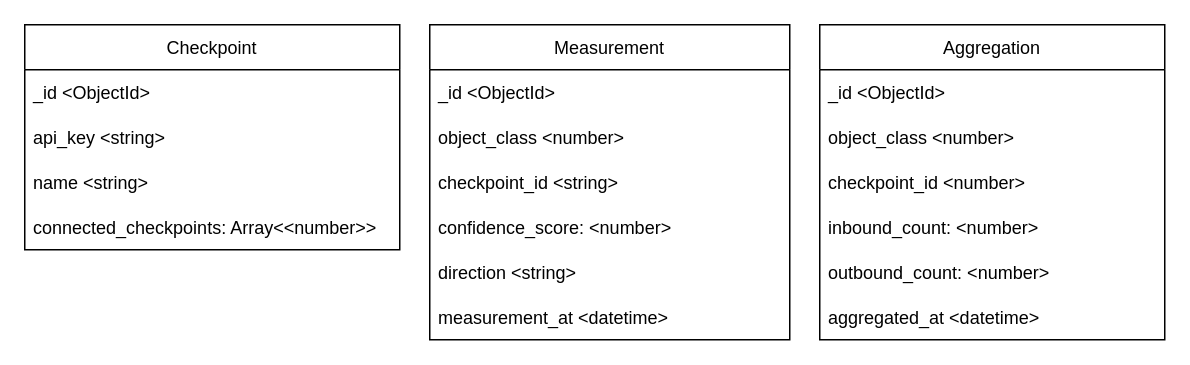
Before: page "Data Schema" (6 of 9) of Documentation/infrastructure.drawio in jimmylevell/crowd-overview, a draw.io diagram. Source tidied: cells renumbered, new cells numbered last; positions are measured from the earlier drawing's top-left corner, leaving out a move shared by most shapes. Both pictures are drawn from the tidied source at 150%, with x=0, y=0 at pixel (24, 24).
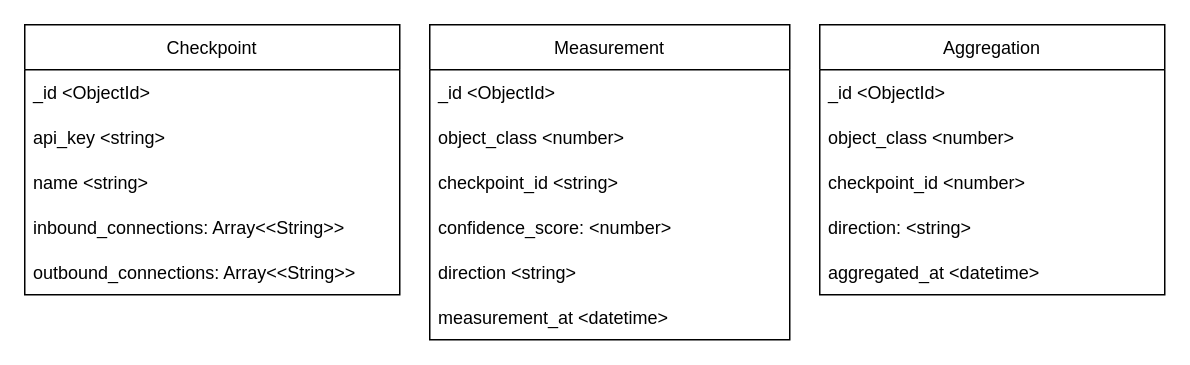
After the change.

Diff of the diagram source:
```diff
@@
     <mxCell id="9" value="Aggregation" style="swimlane;fontStyle=0;horizontal=1;startSize=30;" parent="1" vertex="1">
-      <mxGeometry x="530" width="230" height="210" as="geometry" />
+      <mxGeometry x="530" width="230" height="180" as="geometry" />
     </mxCell>
@@
-    <mxCell id="13" value="inbound_count: &lt;number&gt;" style="text;strokeColor=none;fillColor=none;align=left;verticalAlign=middle;spacingLeft=4;spacingRight=4;overflow=hidden;" parent="9" vertex="1">
+    <mxCell id="13" value="direction: &lt;string&gt;" style="text;strokeColor=none;fillColor=none;align=left;verticalAlign=middle;spacingLeft=4;spacingRight=4;overflow=hidden;" parent="9" vertex="1">
       <mxGeometry y="120" width="230" height="30" as="geometry" />
     </mxCell>
-    <mxCell id="14" value="outbound_count: &lt;number&gt;" style="text;strokeColor=none;fillColor=none;align=left;verticalAlign=middle;spacingLeft=4;spacingRight=4;overflow=hidden;" parent="9" vertex="1">
-      <mxGeometry y="150" width="230" height="30" as="geometry" />
-    </mxCell>
     <mxCell id="15" value="aggregated_at &lt;datetime&gt;" style="text;strokeColor=none;fillColor=none;align=left;verticalAlign=middle;spacingLeft=4;spacingRight=4;overflow=hidden;" parent="9" vertex="1">
-      <mxGeometry y="180" width="230" height="30" as="geometry" />
+      <mxGeometry y="150" width="230" height="30" as="geometry" />
     </mxCell>
     <mxCell id="16" value="Checkpoint" style="swimlane;fontStyle=0;horizontal=1;startSize=30;" parent="1" vertex="1">
-      <mxGeometry width="250" height="150" as="geometry" />
+      <mxGeometry width="250" height="180" as="geometry" />
     </mxCell>
@@
-    <mxCell id="20" value="connected_checkpoints: Array&lt;&lt;number&gt;&gt;" style="text;strokeColor=none;fillColor=none;align=left;verticalAlign=middle;spacingLeft=4;spacingRight=4;overflow=hidden;" parent="16" vertex="1">
+    <mxCell id="20" value="inbound_connections: Array&lt;&lt;String&gt;&gt;" style="text;strokeColor=none;fillColor=none;align=left;verticalAlign=middle;spacingLeft=4;spacingRight=4;overflow=hidden;" parent="16" vertex="1">
       <mxGeometry y="120" width="250" height="30" as="geometry" />
     </mxCell>
+    <mxCell id="21" value="outbound_connections: Array&lt;&lt;String&gt;&gt;" style="text;strokeColor=none;fillColor=none;align=left;verticalAlign=middle;spacingLeft=4;spacingRight=4;overflow=hidden;" parent="16" vertex="1">
+      <mxGeometry y="150" width="250" height="30" as="geometry" />
+    </mxCell>
```
